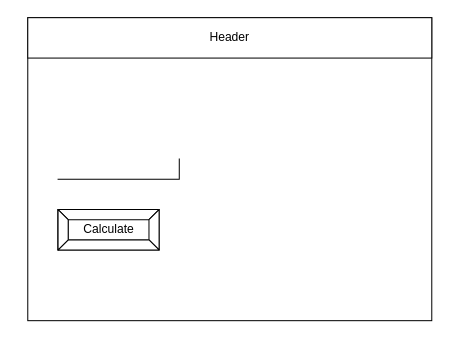
Above: design/story-board.drawio in Chloe-Havel/ICS2O-unit-5-04 (draw.io), before the change. Source tidied: cells renumbered, new cells numbered last; positions are measured from the earlier drawing's top-left corner, leaving out a move shared by most shapes. Both pictures are drawn from the tidied source at 101%, with x=0, y=0 at pixel (27, 17).
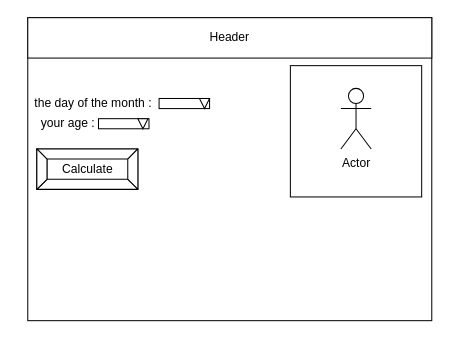
The same diagram, later.

The edit, as a diff of the source:
```diff
@@
 <mxGraphModel>
   <root>
     <mxCell id="0" />
     <mxCell id="1" parent="0" />
     <mxCell id="2" style="rounded=0;whiteSpace=wrap;html=1;" parent="1" vertex="1">
       <mxGeometry width="400" height="300" as="geometry" />
     </mxCell>
     <mxCell id="3" value="Header" style="rounded=0;whiteSpace=wrap;html=1;" parent="1" vertex="1">
       <mxGeometry width="400" height="40" as="geometry" />
     </mxCell>
-    <mxCell id="4" style="shape=partialRectangle;whiteSpace=wrap;html=1;top=0;left=0;fillColor=none;" parent="1" vertex="1">
-      <mxGeometry x="30" y="140" width="120" height="20" as="geometry" />
-    </mxCell>
     <mxCell id="5" value="Calculate" style="labelPosition=center;verticalLabelPosition=middle;align=center;html=1;shape=mxgraph.basic.button;dx=10;" parent="1" vertex="1">
-      <mxGeometry x="30" y="190" width="100" height="40" as="geometry" />
+      <mxGeometry x="9" y="130" width="100" height="40" as="geometry" />
     </mxCell>
+    <mxCell id="6" value="the day of the month :" style="text;html=1;strokeColor=none;fillColor=none;align=center;verticalAlign=middle;whiteSpace=wrap;rounded=0;" parent="1" vertex="1">
+      <mxGeometry x="-10" y="70" width="150" height="30" as="geometry" />
+    </mxCell>
+    <mxCell id="7" value="your age :" style="text;html=1;strokeColor=none;fillColor=none;align=center;verticalAlign=middle;whiteSpace=wrap;rounded=0;" parent="1" vertex="1">
+      <mxGeometry x="10" y="90" width="60" height="30" as="geometry" />
+    </mxCell>
+    <mxCell id="8" style="rounded=0;whiteSpace=wrap;html=1;" parent="1" vertex="1">
+      <mxGeometry x="130" y="80" width="50" height="10" as="geometry" />
+    </mxCell>
+    <mxCell id="9" style="rounded=0;whiteSpace=wrap;html=1;" parent="1" vertex="1">
+      <mxGeometry x="70" y="100" width="50" height="10" as="geometry" />
+    </mxCell>
+    <mxCell id="10" style="triangle;whiteSpace=wrap;html=1;rotation=90;" parent="1" vertex="1">
+      <mxGeometry x="170" y="80" width="10" height="10" as="geometry" />
+    </mxCell>
+    <mxCell id="11" style="triangle;whiteSpace=wrap;html=1;rotation=90;" parent="1" vertex="1">
+      <mxGeometry x="109" y="100" width="10" height="10" as="geometry" />
+    </mxCell>
+    <mxCell id="12" style="whiteSpace=wrap;html=1;" parent="1" vertex="1">
+      <mxGeometry x="260" y="47.5" width="130" height="130" as="geometry" />
+    </mxCell>
+    <mxCell id="13" value="Actor" style="shape=umlActor;verticalLabelPosition=bottom;verticalAlign=top;html=1;" parent="1" vertex="1">
+      <mxGeometry x="310" y="70" width="30" height="60" as="geometry" />
+    </mxCell>
   </root>
 </mxGraphModel>
```
